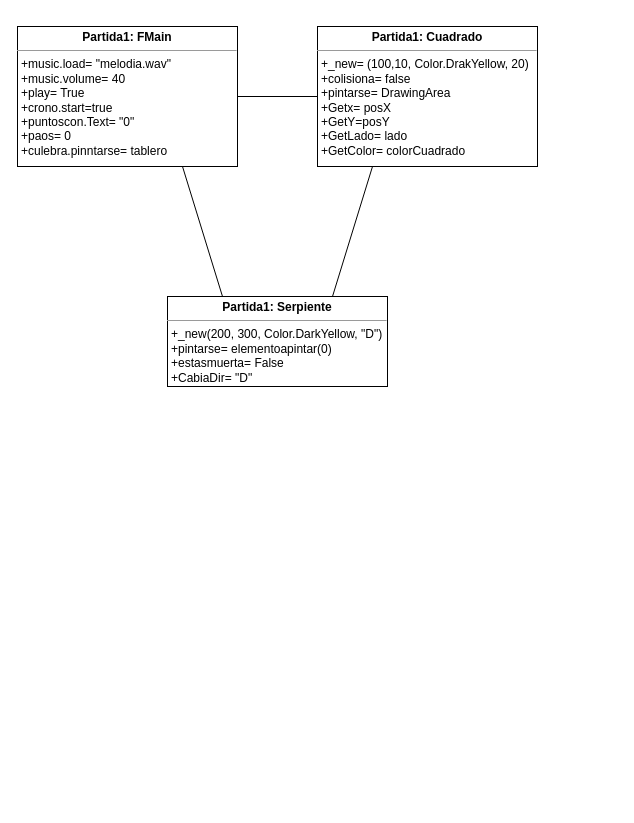
Before: Diagramas/Diagrama Objetos Snake.drawio in FranBuenoBerlanga/SpaceInvadersSCRUM, a draw.io diagram. Source tidied: cells renumbered, new cells numbered last; positions are measured from the earlier drawing's top-left corner, leaving out a move shared by most shapes. Both pictures are drawn from the tidied source at 100%, with x=0, y=0 at pixel (17, 26).
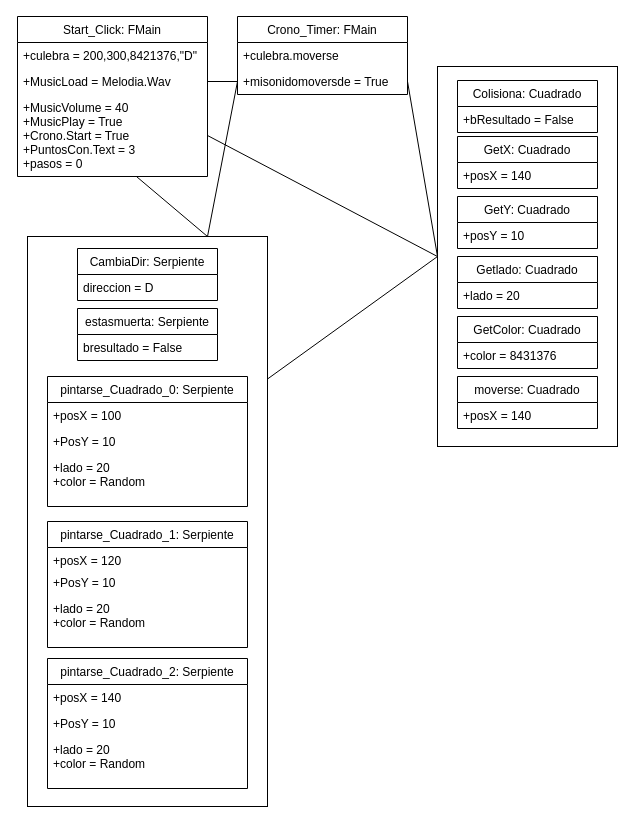
Above is the later version.

Commit message (it also covers changes not shown here):
Diagramas de clases y Objetos editados

Diff of the diagram source:
```diff
@@
-    <mxCell id="2" value="&lt;p style=&quot;margin:0px;margin-top:4px;text-align:center;&quot;&gt;&lt;b&gt;Partida1: Cuadrado&lt;/b&gt;&lt;/p&gt;&lt;hr size=&quot;1&quot;&gt;&lt;p style=&quot;margin:0px;margin-left:4px;&quot;&gt;+_new= (100,10, Color.DrakYellow, 20)&lt;/p&gt;&lt;p style=&quot;margin:0px;margin-left:4px;&quot;&gt;+colisiona= false&lt;/p&gt;&lt;p style=&quot;margin:0px;margin-left:4px;&quot;&gt;+pintarse= DrawingArea&lt;/p&gt;&lt;p style=&quot;margin:0px;margin-left:4px;&quot;&gt;&lt;span style=&quot;background-color: initial;&quot;&gt;+Getx= posX&lt;/span&gt;&lt;/p&gt;&lt;p style=&quot;margin:0px;margin-left:4px;&quot;&gt;&lt;span style=&quot;background-color: initial;&quot;&gt;+GetY=posY&lt;/span&gt;&lt;/p&gt;&lt;p style=&quot;margin:0px;margin-left:4px;&quot;&gt;&lt;span style=&quot;background-color: initial;&quot;&gt;+GetLado= lado&lt;/span&gt;&lt;br&gt;&lt;/p&gt;&lt;p style=&quot;margin:0px;margin-left:4px;&quot;&gt;&lt;span style=&quot;background-color: initial;&quot;&gt;+GetColor= colorCuadrado&lt;/span&gt;&lt;/p&gt;" style="verticalAlign=top;align=left;overflow=fill;fontSize=12;fontFamily=Helvetica;html=1;rounded=0;shadow=0;comic=0;labelBackgroundColor=none;strokeWidth=1;" parent="1" vertex="1">
-      <mxGeometry x="300" width="220" height="140" as="geometry" />
-    </mxCell>
-    <mxCell id="3" value="&lt;p style=&quot;margin:0px;margin-top:4px;text-align:center;&quot;&gt;&lt;b&gt;Partida1: Serpiente&lt;/b&gt;&lt;/p&gt;&lt;hr size=&quot;1&quot;&gt;&lt;p style=&quot;margin:0px;margin-left:4px;&quot;&gt;&lt;span style=&quot;background-color: initial;&quot;&gt;+_new(200, 300, Color.DarkYellow, &quot;D&quot;)&lt;/span&gt;&lt;/p&gt;&lt;p style=&quot;margin:0px;margin-left:4px;&quot;&gt;+pintarse= elementoapintar(0)&lt;/p&gt;&lt;p style=&quot;margin:0px;margin-left:4px;&quot;&gt;+estasmuerta= False&lt;/p&gt;&lt;p style=&quot;margin:0px;margin-left:4px;&quot;&gt;+CabiaDir= &quot;D&quot;&lt;/p&gt;" style="verticalAlign=top;align=left;overflow=fill;fontSize=12;fontFamily=Helvetica;html=1;rounded=0;shadow=0;comic=0;labelBackgroundColor=none;strokeWidth=1;" parent="1" vertex="1">
-      <mxGeometry x="150" y="270" width="220" height="90" as="geometry" />
-    </mxCell>
-    <mxCell id="4" value="&lt;p style=&quot;margin:0px;margin-top:4px;text-align:center;&quot;&gt;&lt;b&gt;Partida1: FMain&lt;/b&gt;&lt;/p&gt;&lt;hr size=&quot;1&quot;&gt;&lt;p style=&quot;margin:0px;margin-left:4px;&quot;&gt;+music.load= &quot;melodia.wav&quot;&lt;/p&gt;&lt;p style=&quot;margin:0px;margin-left:4px;&quot;&gt;+music.volume= 40&lt;br&gt;+play= True&lt;/p&gt;&lt;p style=&quot;margin:0px;margin-left:4px;&quot;&gt;+crono.start=true&lt;/p&gt;&lt;p style=&quot;margin:0px;margin-left:4px;&quot;&gt;+puntoscon.Text= &quot;0&quot;&lt;/p&gt;&lt;p style=&quot;margin:0px;margin-left:4px;&quot;&gt;+paos= 0&lt;/p&gt;&lt;p style=&quot;margin:0px;margin-left:4px;&quot;&gt;+culebra.pinntarse= tablero&lt;/p&gt;" style="verticalAlign=top;align=left;overflow=fill;fontSize=12;fontFamily=Helvetica;html=1;rounded=0;shadow=0;comic=0;labelBackgroundColor=none;strokeWidth=1;" parent="1" vertex="1">
-      <mxGeometry width="220" height="140" as="geometry" />
-    </mxCell>
-    <mxCell id="5" style="endArrow=none;html=1;rounded=0;exitX=0.75;exitY=0;exitDx=0;exitDy=0;entryX=0.25;entryY=1;entryDx=0;entryDy=0;" parent="1" edge="1" source="3" target="2">
-      <mxGeometry relative="1" as="geometry" />
-    </mxCell>
-    <mxCell id="6" style="endArrow=none;html=1;rounded=0;exitX=0.25;exitY=0;exitDx=0;exitDy=0;entryX=0.75;entryY=1;entryDx=0;entryDy=0;" parent="1" edge="1" source="3" target="4">
-      <mxGeometry relative="1" as="geometry" />
-    </mxCell>
-    <mxCell id="7" style="endArrow=none;html=1;rounded=0;entryX=0;entryY=0.5;entryDx=0;entryDy=0;exitX=1;exitY=0.5;exitDx=0;exitDy=0;" parent="1" edge="1" source="4" target="2">
-      <mxGeometry relative="1" as="geometry" />
-    </mxCell>
+    <mxCell id="8" value="Start_Click: FMain" style="swimlane;fontStyle=0;horizontal=1;startSize=26;fillColor=none;" parent="1" vertex="1">
+      <mxGeometry y="-10" width="190" height="160" as="geometry" />
+    </mxCell>
+    <mxCell id="9" value="+culebra = 200,300,8421376,&quot;D&quot;" style="text;strokeColor=none;fillColor=none;align=left;verticalAlign=top;spacingLeft=4;spacingRight=4;overflow=hidden;" parent="8" vertex="1">
+      <mxGeometry y="26" width="190" height="26" as="geometry" />
+    </mxCell>
+    <mxCell id="10" value="+MusicLoad = Melodia.Wav" style="text;strokeColor=none;fillColor=none;align=left;verticalAlign=top;spacingLeft=4;spacingRight=4;overflow=hidden;points=[[0,0.5],[1,0.5]];portConstraint=eastwest;" parent="8" vertex="1">
+      <mxGeometry y="52" width="190" height="26" as="geometry" />
+    </mxCell>
+    <mxCell id="11" value="+MusicVolume = 40&#10;+MusicPlay = True&#10;+Crono.Start = True&#10;+PuntosCon.Text = 3&#10;+pasos = 0" style="text;strokeColor=none;fillColor=none;align=left;verticalAlign=top;spacingLeft=4;spacingRight=4;overflow=hidden;points=[[0,0.5],[1,0.5]];portConstraint=eastwest;" parent="8" vertex="1">
+      <mxGeometry y="78" width="190" height="82" as="geometry" />
+    </mxCell>
+    <mxCell id="12" value="Crono_Timer: FMain" style="swimlane;fontStyle=0;horizontal=1;startSize=26;fillColor=none;" parent="1" vertex="1">
+      <mxGeometry x="220" y="-10" width="170" height="78" as="geometry" />
+    </mxCell>
+    <mxCell id="13" value="+culebra.moverse" style="text;strokeColor=none;fillColor=none;align=left;verticalAlign=top;spacingLeft=4;spacingRight=4;overflow=hidden;" parent="12" vertex="1">
+      <mxGeometry y="26" width="170" height="26" as="geometry" />
+    </mxCell>
+    <mxCell id="14" value="+misonidomoversde = True" style="text;strokeColor=none;fillColor=none;align=left;verticalAlign=top;spacingLeft=4;spacingRight=4;overflow=hidden;points=[[0,0.5],[1,0.5]];portConstraint=eastwest;" parent="12" vertex="1">
+      <mxGeometry y="52" width="170" height="26" as="geometry" />
+    </mxCell>
+    <mxCell id="15" value="moverse: Cuadrado" style="swimlane;fontStyle=0;horizontal=1;startSize=26;fillColor=none;" parent="1" vertex="1">
+      <mxGeometry x="440" y="350" width="140" height="52" as="geometry" />
+    </mxCell>
+    <mxCell id="16" value="+posX = 140" style="text;strokeColor=none;fillColor=none;align=left;verticalAlign=top;spacingLeft=4;spacingRight=4;overflow=hidden;" parent="15" vertex="1">
+      <mxGeometry y="26" width="140" height="26" as="geometry" />
+    </mxCell>
+    <mxCell id="17" value="Colisiona: Cuadrado" style="swimlane;fontStyle=0;horizontal=1;startSize=26;fillColor=none;" parent="1" vertex="1">
+      <mxGeometry x="440" y="54" width="140" height="52" as="geometry" />
+    </mxCell>
+    <mxCell id="18" value="+bResultado = False" style="text;strokeColor=none;fillColor=none;align=left;verticalAlign=top;spacingLeft=4;spacingRight=4;overflow=hidden;" parent="17" vertex="1">
+      <mxGeometry y="26" width="140" height="26" as="geometry" />
+    </mxCell>
+    <mxCell id="19" value="GetX: Cuadrado" style="swimlane;fontStyle=0;horizontal=1;startSize=26;fillColor=none;" parent="1" vertex="1">
+      <mxGeometry x="440" y="110" width="140" height="52" as="geometry" />
+    </mxCell>
+    <mxCell id="20" value="+posX = 140" style="text;strokeColor=none;fillColor=none;align=left;verticalAlign=top;spacingLeft=4;spacingRight=4;overflow=hidden;" parent="19" vertex="1">
+      <mxGeometry y="26" width="140" height="26" as="geometry" />
+    </mxCell>
+    <mxCell id="21" value="GetY: Cuadrado" style="swimlane;fontStyle=0;horizontal=1;startSize=26;fillColor=none;" parent="1" vertex="1">
+      <mxGeometry x="440" y="170" width="140" height="52" as="geometry" />
+    </mxCell>
+    <mxCell id="22" value="+posY = 10" style="text;strokeColor=none;fillColor=none;align=left;verticalAlign=top;spacingLeft=4;spacingRight=4;overflow=hidden;" parent="21" vertex="1">
+      <mxGeometry y="26" width="140" height="26" as="geometry" />
+    </mxCell>
+    <mxCell id="23" value="Getlado: Cuadrado" style="swimlane;fontStyle=0;horizontal=1;startSize=26;fillColor=none;" parent="1" vertex="1">
+      <mxGeometry x="440" y="230" width="140" height="52" as="geometry" />
+    </mxCell>
+    <mxCell id="24" value="+lado = 20" style="text;strokeColor=none;fillColor=none;align=left;verticalAlign=top;spacingLeft=4;spacingRight=4;overflow=hidden;" parent="23" vertex="1">
+      <mxGeometry y="26" width="140" height="26" as="geometry" />
+    </mxCell>
+    <mxCell id="25" value="GetColor: Cuadrado" style="swimlane;fontStyle=0;horizontal=1;startSize=26;fillColor=none;" parent="1" vertex="1">
+      <mxGeometry x="440" y="290" width="140" height="52" as="geometry" />
+    </mxCell>
+    <mxCell id="26" value="+color = 8431376" style="text;strokeColor=none;fillColor=none;align=left;verticalAlign=top;spacingLeft=4;spacingRight=4;overflow=hidden;" parent="25" vertex="1">
+      <mxGeometry y="26" width="140" height="26" as="geometry" />
+    </mxCell>
+    <mxCell id="27" value="pintarse_Cuadrado_0: Serpiente" style="swimlane;fontStyle=0;horizontal=1;startSize=26;fillColor=none;" parent="1" vertex="1">
+      <mxGeometry x="30" y="350" width="200" height="130" as="geometry" />
+    </mxCell>
+    <mxCell id="28" value="+posX = 100" style="text;strokeColor=none;fillColor=none;align=left;verticalAlign=top;spacingLeft=4;spacingRight=4;overflow=hidden;" parent="27" vertex="1">
+      <mxGeometry y="26" width="200" height="26" as="geometry" />
+    </mxCell>
+    <mxCell id="29" value="+PosY = 10" style="text;strokeColor=none;fillColor=none;align=left;verticalAlign=top;spacingLeft=4;spacingRight=4;overflow=hidden;" parent="27" vertex="1">
+      <mxGeometry y="52" width="200" height="26" as="geometry" />
+    </mxCell>
+    <mxCell id="30" value="+lado = 20&#10;+color = Random" style="text;strokeColor=none;fillColor=none;align=left;verticalAlign=top;spacingLeft=4;spacingRight=4;overflow=hidden;" parent="27" vertex="1">
+      <mxGeometry y="78" width="200" height="52" as="geometry" />
+    </mxCell>
+    <mxCell id="31" value="pintarse_Cuadrado_1: Serpiente" style="swimlane;fontStyle=0;horizontal=1;startSize=26;fillColor=none;" parent="1" vertex="1">
+      <mxGeometry x="30" y="495" width="200" height="126" as="geometry" />
+    </mxCell>
+    <mxCell id="32" value="+posX = 120" style="text;strokeColor=none;fillColor=none;align=left;verticalAlign=top;spacingLeft=4;spacingRight=4;overflow=hidden;" parent="31" vertex="1">
+      <mxGeometry y="26" width="200" height="22" as="geometry" />
+    </mxCell>
+    <mxCell id="33" value="+PosY = 10" style="text;strokeColor=none;fillColor=none;align=left;verticalAlign=top;spacingLeft=4;spacingRight=4;overflow=hidden;" parent="31" vertex="1">
+      <mxGeometry y="48" width="200" height="26" as="geometry" />
+    </mxCell>
+    <mxCell id="34" value="+lado = 20&#10;+color = Random" style="text;strokeColor=none;fillColor=none;align=left;verticalAlign=top;spacingLeft=4;spacingRight=4;overflow=hidden;" parent="31" vertex="1">
+      <mxGeometry y="74" width="200" height="52" as="geometry" />
+    </mxCell>
+    <mxCell id="35" value="pintarse_Cuadrado_2: Serpiente" style="swimlane;fontStyle=0;horizontal=1;startSize=26;fillColor=none;" parent="1" vertex="1">
+      <mxGeometry x="30" y="632" width="200" height="130" as="geometry" />
+    </mxCell>
+    <mxCell id="36" value="+posX = 140" style="text;strokeColor=none;fillColor=none;align=left;verticalAlign=top;spacingLeft=4;spacingRight=4;overflow=hidden;" parent="35" vertex="1">
+      <mxGeometry y="26" width="200" height="26" as="geometry" />
+    </mxCell>
+    <mxCell id="37" value="+PosY = 10" style="text;strokeColor=none;fillColor=none;align=left;verticalAlign=top;spacingLeft=4;spacingRight=4;overflow=hidden;" parent="35" vertex="1">
+      <mxGeometry y="52" width="200" height="26" as="geometry" />
+    </mxCell>
+    <mxCell id="38" value="+lado = 20&#10;+color = Random" style="text;strokeColor=none;fillColor=none;align=left;verticalAlign=top;spacingLeft=4;spacingRight=4;overflow=hidden;" parent="35" vertex="1">
+      <mxGeometry y="78" width="200" height="52" as="geometry" />
+    </mxCell>
+    <mxCell id="39" value="estasmuerta: Serpiente" style="swimlane;fontStyle=0;horizontal=1;startSize=26;fillColor=none;" parent="1" vertex="1">
+      <mxGeometry x="60" y="282" width="140" height="52" as="geometry" />
+    </mxCell>
+    <mxCell id="40" value="bresultado = False" style="text;strokeColor=none;fillColor=none;align=left;verticalAlign=top;spacingLeft=4;spacingRight=4;overflow=hidden;" parent="39" vertex="1">
+      <mxGeometry y="26" width="140" height="26" as="geometry" />
+    </mxCell>
+    <mxCell id="41" value="CambiaDir: Serpiente" style="swimlane;fontStyle=0;horizontal=1;startSize=26;fillColor=none;" parent="1" vertex="1">
+      <mxGeometry x="60" y="222" width="140" height="52" as="geometry" />
+    </mxCell>
+    <mxCell id="42" value="direccion = D" style="text;strokeColor=none;fillColor=none;align=left;verticalAlign=top;spacingLeft=4;spacingRight=4;overflow=hidden;" parent="41" vertex="1">
+      <mxGeometry y="26" width="140" height="26" as="geometry" />
+    </mxCell>
+    <mxCell id="43" style="endArrow=none;html=1;rounded=0;exitX=1;exitY=0.5;exitDx=0;exitDy=0;entryX=0;entryY=0.5;entryDx=0;entryDy=0;" parent="1" edge="1" source="10" target="14">
+      <mxGeometry relative="1" as="geometry" />
+    </mxCell>
+    <mxCell id="44" style="rounded=0;whiteSpace=wrap;html=1;fillColor=none;" parent="1" vertex="1">
+      <mxGeometry x="420" y="40" width="180" height="380" as="geometry" />
+    </mxCell>
+    <mxCell id="45" style="rounded=0;whiteSpace=wrap;html=1;fillColor=none;" parent="1" vertex="1">
+      <mxGeometry x="10" y="210" width="240" height="570" as="geometry" />
+    </mxCell>
+    <mxCell id="46" style="endArrow=none;html=1;rounded=0;entryX=0;entryY=0.5;entryDx=0;entryDy=0;exitX=1;exitY=0.25;exitDx=0;exitDy=0;" parent="1" edge="1" source="45" target="44">
+      <mxGeometry relative="1" as="geometry" />
+    </mxCell>
+    <mxCell id="47" style="endArrow=none;html=1;rounded=0;entryX=0;entryY=0.5;entryDx=0;entryDy=0;exitX=1;exitY=0.5;exitDx=0;exitDy=0;" parent="1" edge="1" source="14" target="44">
+      <mxGeometry relative="1" as="geometry" />
+    </mxCell>
+    <mxCell id="48" style="endArrow=none;html=1;rounded=0;entryX=0;entryY=0.5;entryDx=0;entryDy=0;exitX=1;exitY=0.5;exitDx=0;exitDy=0;" parent="1" edge="1" source="11" target="44">
+      <mxGeometry relative="1" as="geometry" />
+    </mxCell>
+    <mxCell id="49" style="endArrow=none;html=1;rounded=0;exitX=0.75;exitY=0;exitDx=0;exitDy=0;entryX=0;entryY=0.5;entryDx=0;entryDy=0;" parent="1" edge="1" source="45" target="14">
+      <mxGeometry relative="1" as="geometry" />
+    </mxCell>
+    <mxCell id="50" style="endArrow=none;html=1;rounded=0;exitX=0.75;exitY=0;exitDx=0;exitDy=0;entryX=0.626;entryY=1;entryDx=0;entryDy=0;entryPerimeter=0;" parent="1" edge="1" source="45" target="11">
+      <mxGeometry relative="1" as="geometry" />
+    </mxCell>
```
